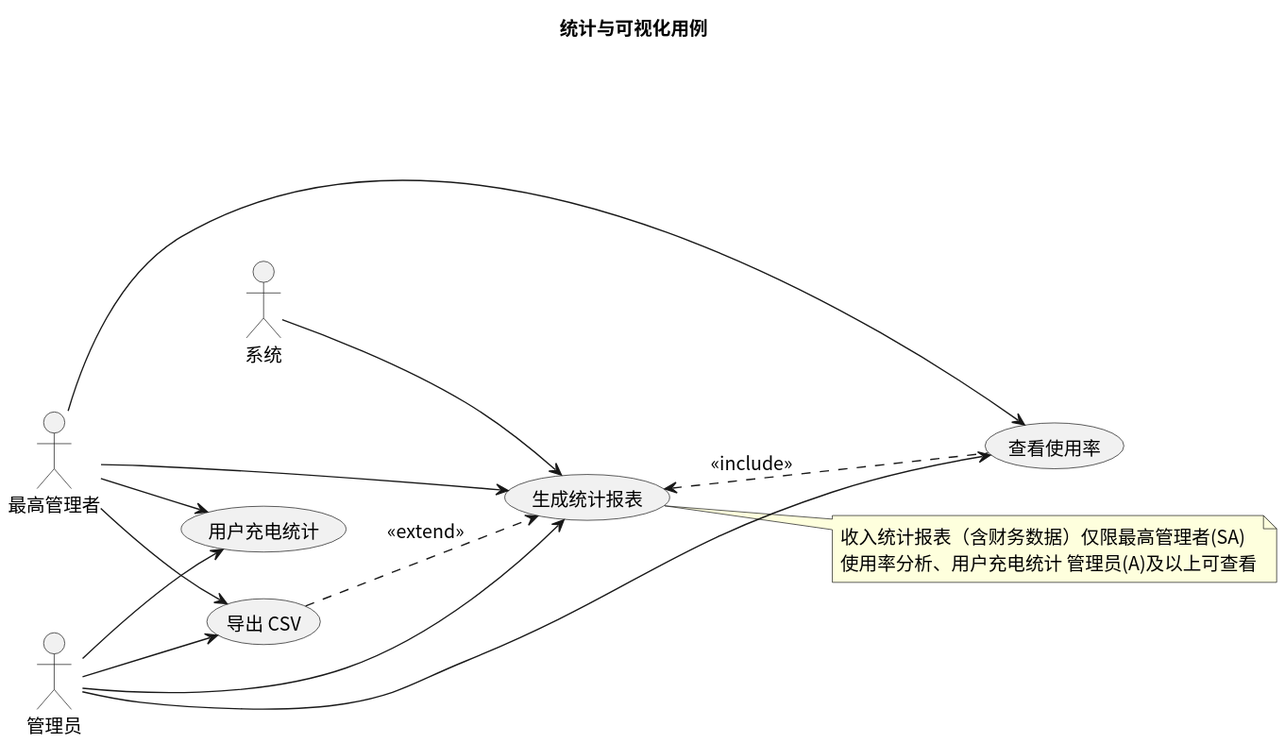
Earlier version of the PlantUML export usecase/docs/overview/img/analytics.svg (greenhandzdl/charging-station-doc).
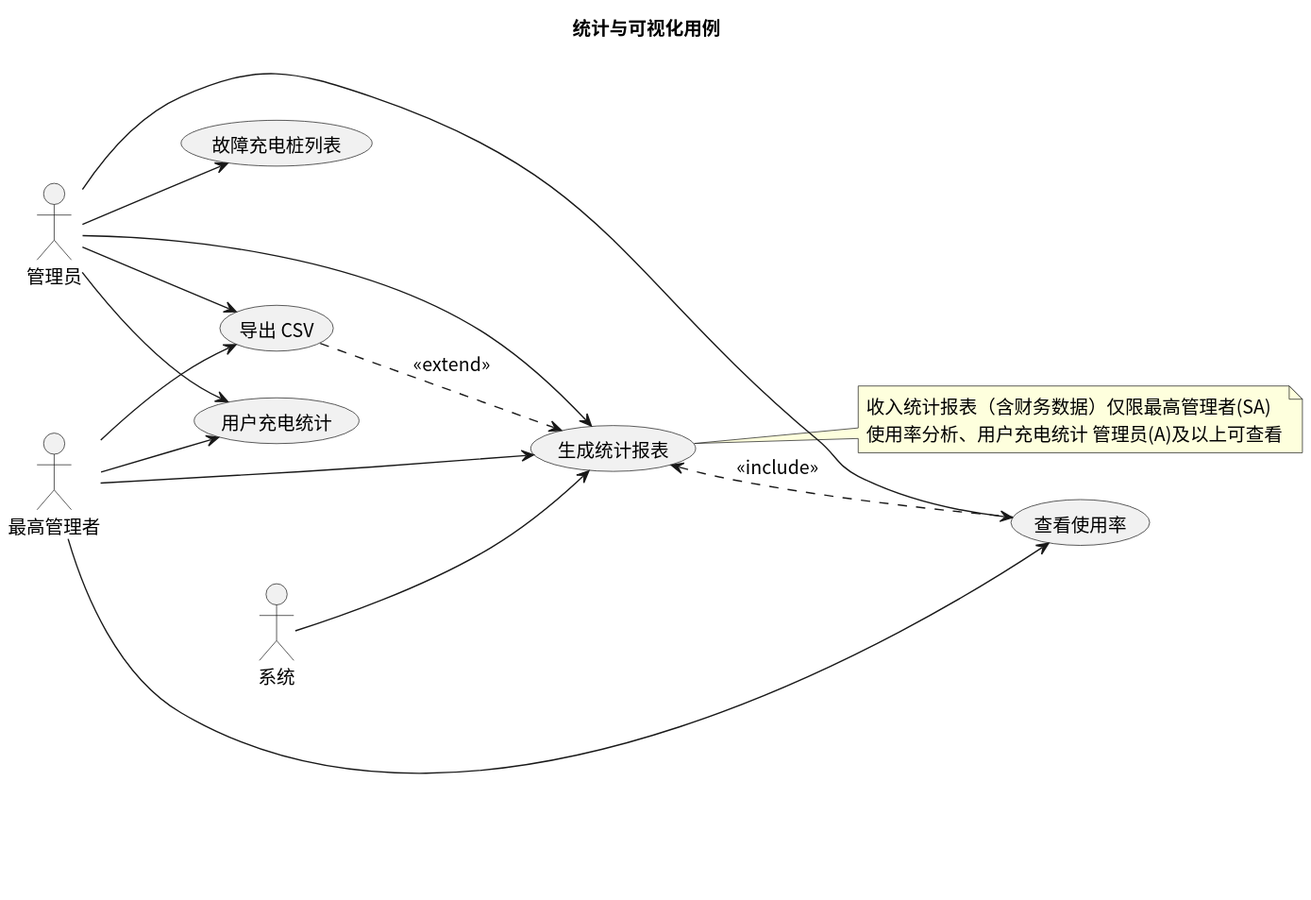
The same file after the commit.

Diff of the diagram source:
```diff
@@ -13,6 +13,7 @@
 usecase "查看使用率" as VU
 usecase "导出 CSV" as EXP
 usecase "用户充电统计" as UCS
+usecase "故障充电桩列表" as FCL
 
 S --> GR
 A --> GR
@@ -22,6 +23,7 @@
 SA --> GR
 SA --> VU
 SA --> EXP
+A --> FCL
 SA --> UCS
 
 GR <.down. VU : <<include>>
```
